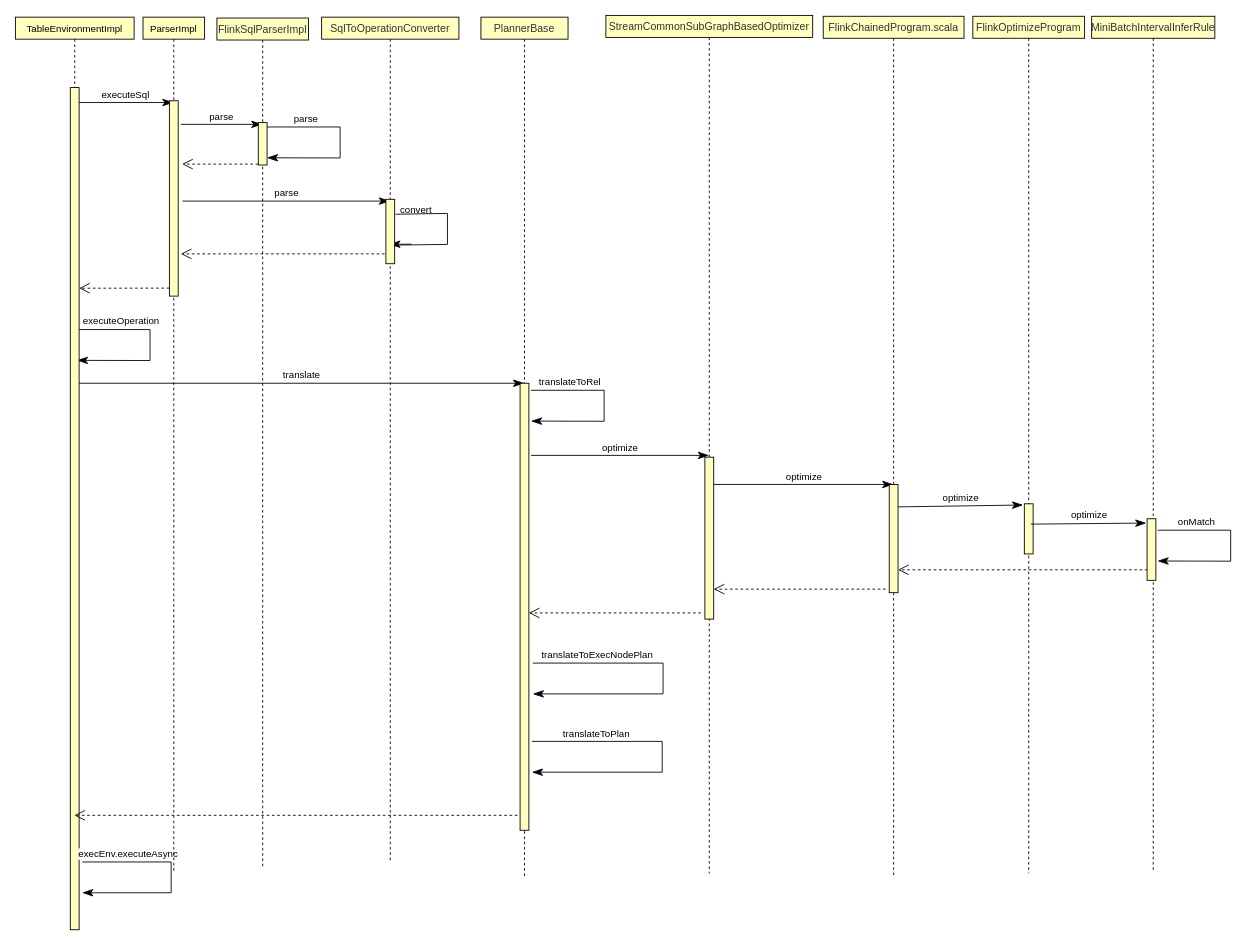
Before: Untitled Diagram.drawio in ChangjiGuo/image-repo, a draw.io diagram. Source tidied: cells renumbered, new cells numbered last; positions are measured from the earlier drawing's top-left corner, leaving out a move shared by most shapes. Both pictures are drawn from the tidied source at 88%, with x=0, y=0 at pixel (15, 15).
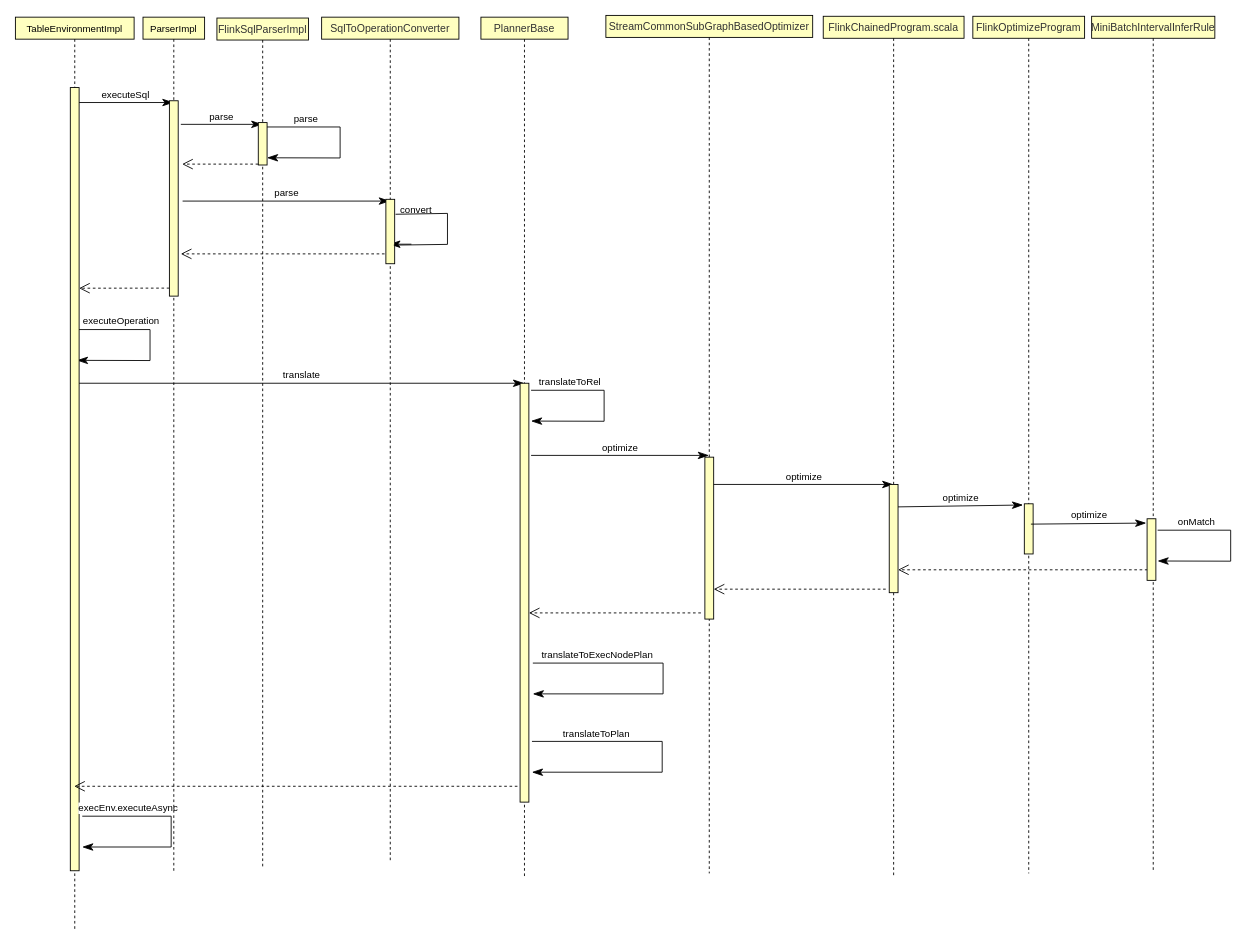
After the change.

The change refers to these unchanged cells:
```xml
<mxCell id="2" value="&lt;font style=&quot;font-size: 11px&quot;&gt;TableEnvironmentImpl&lt;/font&gt;" style="shape=umlLifeline;perimeter=lifelinePerimeter;whiteSpace=wrap;html=1;outlineConnect=0;rounded=0;strokeColor=#000000;gradientColor=none;size=25;fillColor=#FFFFC0;" parent="1" vertex="1">
  <mxGeometry y="2" width="134.9" height="1037" as="geometry" />
</mxCell>
<mxCell id="19" value="&lt;font color=&quot;#323232&quot;&gt;SqlToOperationConverter&lt;/font&gt;" style="shape=umlLifeline;perimeter=lifelinePerimeter;whiteSpace=wrap;html=1;outlineConnect=0;rounded=0;strokeColor=#000000;gradientColor=none;size=25;fillColor=#FFFFC0;" parent="1" vertex="1">
  <mxGeometry x="348" y="2" width="156" height="958" as="geometry" />
</mxCell>
<mxCell id="24" value="&lt;font color=&quot;#323232&quot;&gt;PlannerBase&lt;/font&gt;" style="shape=umlLifeline;perimeter=lifelinePerimeter;whiteSpace=wrap;html=1;rounded=0;strokeColor=#000000;gradientColor=none;size=25;fillColor=#FFFFC0;" parent="1" vertex="1">
  <mxGeometry x="529" y="2" width="99" height="977" as="geometry" />
</mxCell>
```

Change to the diagram source:
```diff
@@
     <mxCell id="6" style="html=1;perimeter=orthogonalPerimeter;rounded=0;strokeColor=#000000;fillColor=#FFFFC0;" parent="2" vertex="1">
-      <mxGeometry x="62.4" y="80" width="10" height="957" as="geometry" />
+      <mxGeometry x="62.4" y="80" width="10" height="890" as="geometry" />
     </mxCell>
@@
     <mxCell id="9" value="&lt;span style=&quot;font-size: 11px&quot;&gt;execEnv.executeAsync&lt;/span&gt;" style="html=1;verticalAlign=bottom;endArrow=classicThin;rounded=0;shadow=0;sketch=0;fontSize=11;startSize=8;endSize=10;sourcePerimeterSpacing=14;targetPerimeterSpacing=19;strokeColor=#000000;strokeWidth=1;jumpStyle=none;jumpSize=17;endFill=1;" parent="2" edge="1">
       <mxGeometry x="-0.56" relative="1" as="geometry">
-        <mxPoint x="76" y="960" as="sourcePoint" />
-        <mxPoint x="76" y="995" as="targetPoint" />
+        <mxPoint x="76" y="908" as="sourcePoint" />
+        <mxPoint x="76" y="943" as="targetPoint" />
         <Array as="points">
-          <mxPoint x="177" y="960" />
-          <mxPoint x="177" y="995" />
+          <mxPoint x="177" y="908" />
+          <mxPoint x="177" y="943" />
         </Array>
       </mxGeometry>
     </mxCell>
@@
-    <mxCell id="21" style="html=1;verticalAlign=bottom;endArrow=open;rounded=0;shadow=0;sketch=0;fontSize=11;startSize=8;endSize=10;sourcePerimeterSpacing=19;targetPerimeterSpacing=14;strokeColor=#000000;strokeWidth=1;jumpStyle=none;jumpSize=17;endFill=0;dashed=1;" parent="19" edge="1" target="2">
+    <mxCell id="21" style="html=1;verticalAlign=bottom;endArrow=open;rounded=0;shadow=0;sketch=0;fontSize=11;startSize=8;endSize=10;sourcePerimeterSpacing=19;targetPerimeterSpacing=14;strokeColor=#000000;strokeWidth=1;jumpStyle=none;jumpSize=17;endFill=0;dashed=1;" parent="19" edge="1">
       <mxGeometry relative="1" as="geometry">
-        <mxPoint x="222.5" y="907" as="sourcePoint" />
+        <mxPoint x="222.5" y="874" as="sourcePoint" />
+        <mxPoint x="-281.2" y="874" as="targetPoint" />
       </mxGeometry>
     </mxCell>
@@
     <mxCell id="25" style="html=1;perimeter=orthogonalPerimeter;rounded=0;strokeColor=#000000;fillColor=#FFFFC0;" parent="24" vertex="1">
-      <mxGeometry x="44.5" y="416" width="10" height="508" as="geometry" />
+      <mxGeometry x="44.5" y="416" width="10" height="476" as="geometry" />
     </mxCell>
```
